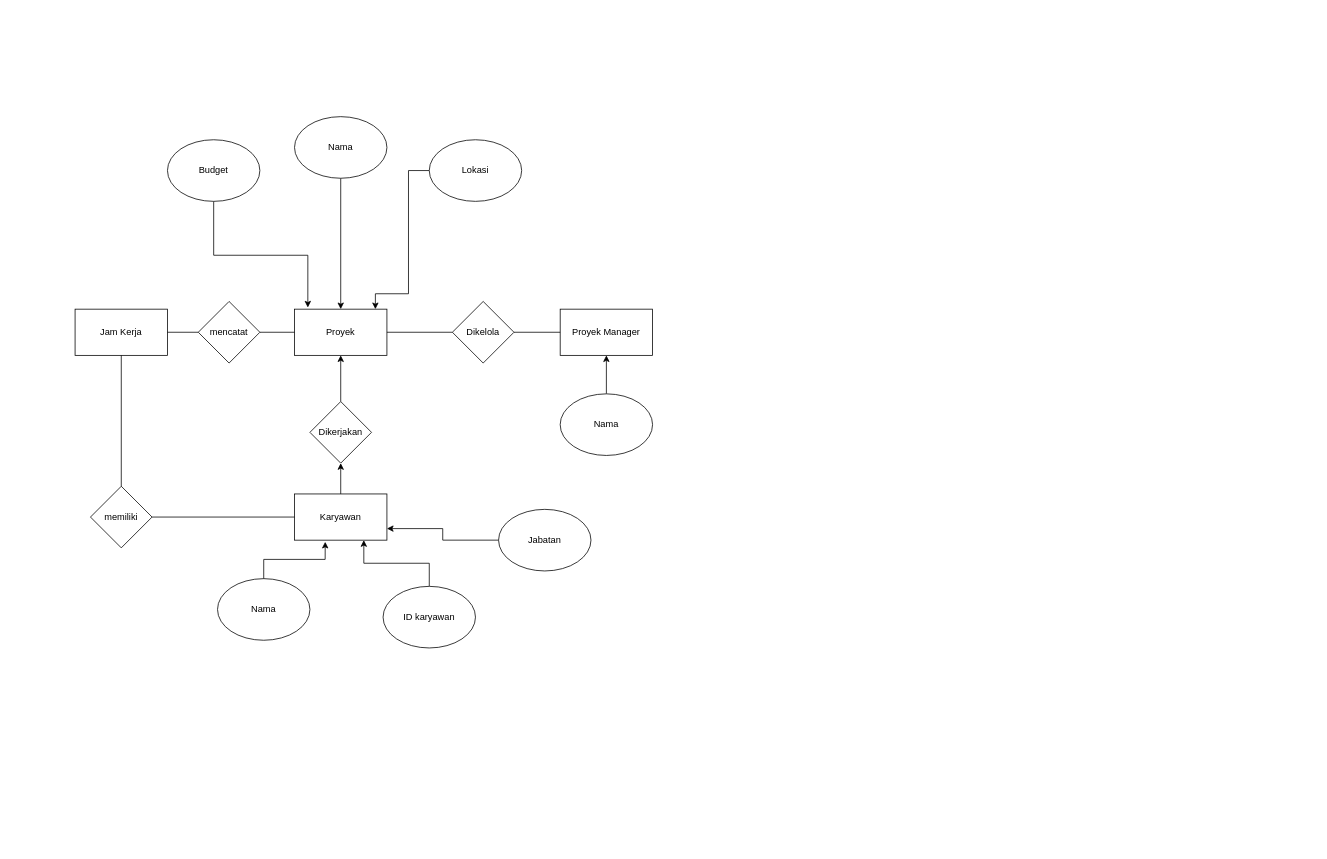
The draw.io diagram BasisData/Project Manager dan hotel.drawio in Pfftz/Draw.io, before the edit. Source tidied: cells renumbered, new cells numbered last; positions are measured from the earlier drawing's top-left corner, leaving out a move shared by most shapes. Both pictures are drawn from the tidied source at 77%, with x=0, y=0 at pixel (75, 116). Pictures stored in the file or linked from it are replaced by grey dashed boxes.
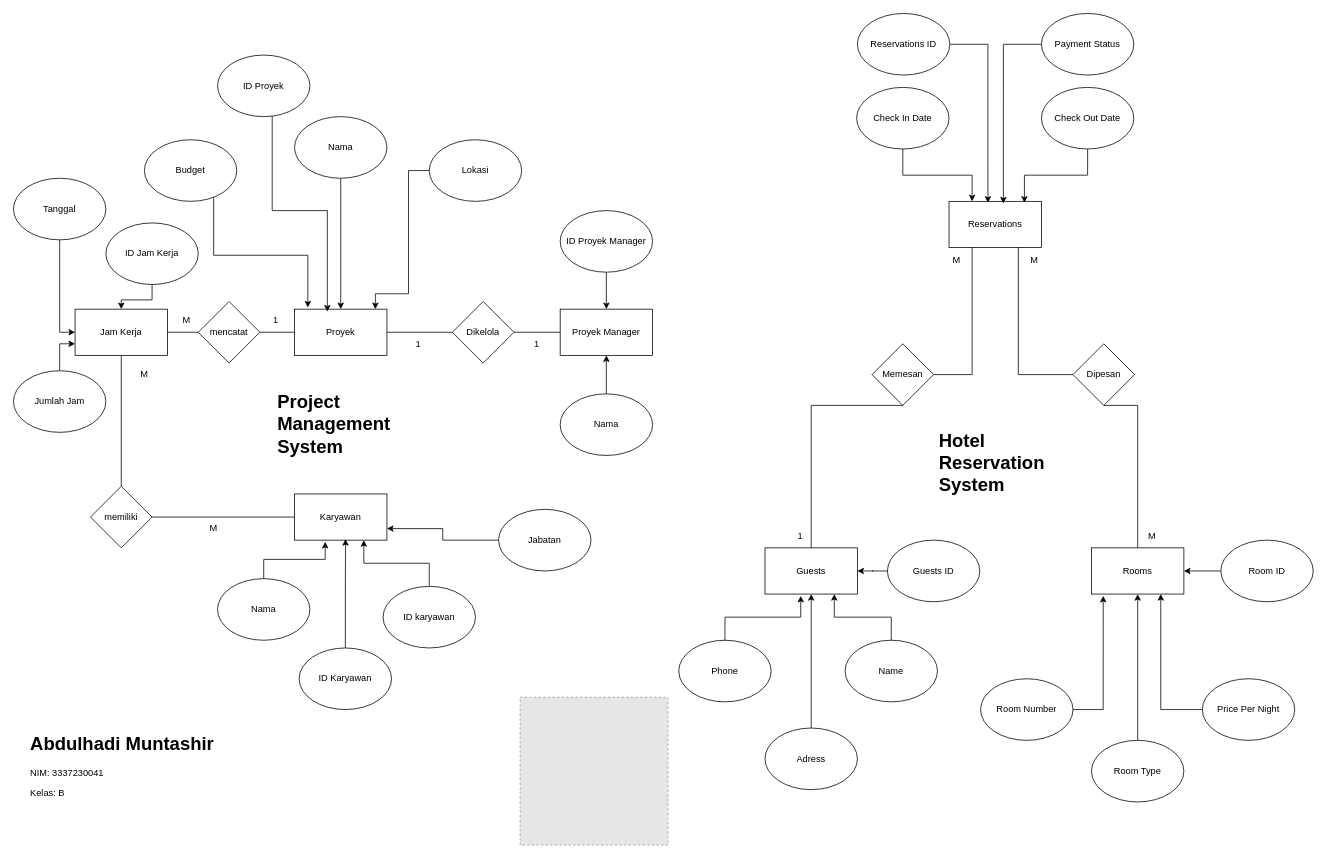
The same page after the edit.

Unchanged cells that the change refers to:
```xml
<mxCell id="2" value="Proyek" style="rounded=0;whiteSpace=wrap;html=1;" parent="1" vertex="1">
  <mxGeometry x="285" y="250" width="120" height="60" as="geometry" />
</mxCell>
<mxCell id="4" value="Proyek Manager" style="rounded=0;whiteSpace=wrap;html=1;" parent="1" vertex="1">
  <mxGeometry x="630" y="250" width="120" height="60" as="geometry" />
</mxCell>
<mxCell id="8" value="Karyawan" style="rounded=0;whiteSpace=wrap;html=1;" parent="1" vertex="1">
  <mxGeometry x="285" y="490" width="120" height="60" as="geometry" />
</mxCell>
<mxCell id="14" value="Jam Kerja" style="rounded=0;whiteSpace=wrap;html=1;" parent="1" vertex="1">
  <mxGeometry y="250" width="120" height="60" as="geometry" />
</mxCell>
```

Diff of the diagram source:
```diff
@@
-    <mxCell id="5" style="edgeStyle=orthogonalEdgeStyle;rounded=0;jettySize=auto;html=1;entryX=0.5;entryY=1;entryDx=0;entryDy=0;" parent="1" edge="1" source="6" target="2">
-      <mxGeometry relative="1" as="geometry" />
-    </mxCell>
-    <mxCell id="6" value="Dikerjakan" style="rhombus;whiteSpace=wrap;html=1;" parent="1" vertex="1">
-      <mxGeometry x="305" y="370" width="80" height="80" as="geometry" />
-    </mxCell>
-    <mxCell id="7" style="edgeStyle=orthogonalEdgeStyle;rounded=0;jettySize=auto;html=1;" parent="1" edge="1" source="8" target="6">
-      <mxGeometry relative="1" as="geometry" />
-    </mxCell>
@@
     <mxCell id="21" value="Budget" style="ellipse;whiteSpace=wrap;html=1;" parent="1" vertex="1">
-      <mxGeometry x="120" y="30" width="120" height="80" as="geometry" />
+      <mxGeometry x="90" y="30" width="120" height="80" as="geometry" />
     </mxCell>
@@
+    <mxCell id="32" value="1" style="text;html=1;align=center;verticalAlign=middle;whiteSpace=wrap;rounded=0;" parent="1" vertex="1">
+      <mxGeometry x="416" y="280" width="60" height="30" as="geometry" />
+    </mxCell>
+    <mxCell id="33" value="1" style="text;html=1;align=center;verticalAlign=middle;whiteSpace=wrap;rounded=0;" parent="1" vertex="1">
+      <mxGeometry x="570" y="280" width="60" height="30" as="geometry" />
+    </mxCell>
+    <mxCell id="34" value="M" style="text;html=1;align=center;verticalAlign=middle;whiteSpace=wrap;rounded=0;" parent="1" vertex="1">
+      <mxGeometry x="150" y="520" width="60" height="30" as="geometry" />
+    </mxCell>
+    <mxCell id="35" value="M" style="text;html=1;align=center;verticalAlign=middle;whiteSpace=wrap;rounded=0;" parent="1" vertex="1">
+      <mxGeometry x="60" y="320" width="60" height="30" as="geometry" />
+    </mxCell>
+    <mxCell id="36" value="M" style="text;html=1;align=center;verticalAlign=middle;whiteSpace=wrap;rounded=0;" parent="1" vertex="1">
+      <mxGeometry x="115" y="250" width="60" height="30" as="geometry" />
+    </mxCell>
+    <mxCell id="37" value="1" style="text;html=1;align=center;verticalAlign=middle;whiteSpace=wrap;rounded=0;" parent="1" vertex="1">
+      <mxGeometry x="231" y="250" width="60" height="30" as="geometry" />
+    </mxCell>
+    <mxCell id="38" value="ID Proyek" style="ellipse;whiteSpace=wrap;html=1;" parent="1" vertex="1">
+      <mxGeometry x="185" y="-80" width="120" height="80" as="geometry" />
+    </mxCell>
+    <mxCell id="39" style="edgeStyle=orthogonalEdgeStyle;rounded=0;jettySize=auto;html=1;entryX=0.355;entryY=0.053;entryDx=0;entryDy=0;entryPerimeter=0;" parent="1" edge="1" source="38" target="2">
+      <mxGeometry relative="1" as="geometry">
+        <Array as="points">
+          <mxPoint x="256" y="122" />
+          <mxPoint x="328" y="122" />
+        </Array>
+      </mxGeometry>
+    </mxCell>
+    <mxCell id="40" style="edgeStyle=orthogonalEdgeStyle;rounded=0;jettySize=auto;html=1;" parent="1" edge="1" source="41" target="4">
+      <mxGeometry relative="1" as="geometry" />
+    </mxCell>
+    <mxCell id="41" value="ID Proyek Manager" style="ellipse;whiteSpace=wrap;html=1;" parent="1" vertex="1">
+      <mxGeometry x="630" y="122" width="120" height="80" as="geometry" />
+    </mxCell>
+    <mxCell id="42" style="edgeStyle=orthogonalEdgeStyle;rounded=0;jettySize=auto;html=1;entryX=0.5;entryY=0;entryDx=0;entryDy=0;" parent="1" edge="1" source="43" target="14">
+      <mxGeometry relative="1" as="geometry" />
+    </mxCell>
+    <mxCell id="43" value="ID Jam Kerja" style="ellipse;whiteSpace=wrap;html=1;" parent="1" vertex="1">
+      <mxGeometry x="40" y="138" width="120" height="80" as="geometry" />
+    </mxCell>
+    <mxCell id="44" value="ID Karyawan" style="ellipse;whiteSpace=wrap;html=1;" parent="1" vertex="1">
+      <mxGeometry x="291" y="690" width="120" height="80" as="geometry" />
+    </mxCell>
+    <mxCell id="45" style="edgeStyle=orthogonalEdgeStyle;rounded=0;jettySize=auto;html=1;entryX=0.552;entryY=0.977;entryDx=0;entryDy=0;entryPerimeter=0;" parent="1" edge="1" source="44" target="8">
+      <mxGeometry relative="1" as="geometry" />
+    </mxCell>
+    <mxCell id="46" style="edgeStyle=orthogonalEdgeStyle;rounded=0;jettySize=auto;html=1;entryX=0;entryY=0.5;entryDx=0;entryDy=0;" parent="1" edge="1" source="47" target="14">
+      <mxGeometry relative="1" as="geometry" />
+    </mxCell>
+    <mxCell id="47" value="Tanggal" style="ellipse;whiteSpace=wrap;html=1;" parent="1" vertex="1">
+      <mxGeometry x="-80" y="80" width="120" height="80" as="geometry" />
+    </mxCell>
+    <mxCell id="48" value="Reservations" style="rounded=0;whiteSpace=wrap;html=1;" parent="1" vertex="1">
+      <mxGeometry x="1135" y="110" width="120" height="60" as="geometry" />
+    </mxCell>
+    <mxCell id="49" value="Rooms" style="rounded=0;whiteSpace=wrap;html=1;" parent="1" vertex="1">
+      <mxGeometry x="1320" y="560" width="120" height="60" as="geometry" />
+    </mxCell>
+    <mxCell id="50" value="Guests" style="rounded=0;whiteSpace=wrap;html=1;" parent="1" vertex="1">
+      <mxGeometry x="896" y="560" width="120" height="60" as="geometry" />
+    </mxCell>
+    <mxCell id="51" style="edgeStyle=orthogonalEdgeStyle;rounded=0;jettySize=auto;html=1;entryX=0.5;entryY=1;entryDx=0;entryDy=0;" parent="1" edge="1" source="52" target="49">
+      <mxGeometry relative="1" as="geometry" />
+    </mxCell>
+    <mxCell id="52" value="Room Type" style="ellipse;whiteSpace=wrap;html=1;" parent="1" vertex="1">
+      <mxGeometry x="1320" y="810" width="120" height="80" as="geometry" />
+    </mxCell>
+    <mxCell id="53" style="edgeStyle=orthogonalEdgeStyle;rounded=0;jettySize=auto;html=1;entryX=0.127;entryY=1.039;entryDx=0;entryDy=0;entryPerimeter=0;" parent="1" edge="1" source="54" target="49">
+      <mxGeometry relative="1" as="geometry" />
+    </mxCell>
+    <mxCell id="54" value="Room Number" style="ellipse;whiteSpace=wrap;html=1;" parent="1" vertex="1">
+      <mxGeometry x="1176" y="730" width="120" height="80" as="geometry" />
+    </mxCell>
+    <mxCell id="55" style="edgeStyle=orthogonalEdgeStyle;rounded=0;jettySize=auto;html=1;entryX=0.75;entryY=1;entryDx=0;entryDy=0;" parent="1" edge="1" source="56" target="49">
+      <mxGeometry relative="1" as="geometry" />
+    </mxCell>
+    <mxCell id="56" value="Price Per Night" style="ellipse;whiteSpace=wrap;html=1;" parent="1" vertex="1">
+      <mxGeometry x="1464" y="730" width="120" height="80" as="geometry" />
+    </mxCell>
+    <mxCell id="57" value="Phone" style="ellipse;whiteSpace=wrap;html=1;" parent="1" vertex="1">
+      <mxGeometry x="784" y="680" width="120" height="80" as="geometry" />
+    </mxCell>
+    <mxCell id="58" style="edgeStyle=orthogonalEdgeStyle;rounded=0;jettySize=auto;html=1;entryX=0.5;entryY=1;entryDx=0;entryDy=0;" parent="1" edge="1" source="59" target="50">
+      <mxGeometry relative="1" as="geometry" />
+    </mxCell>
+    <mxCell id="59" value="Adress" style="ellipse;whiteSpace=wrap;html=1;" parent="1" vertex="1">
+      <mxGeometry x="896" y="794" width="120" height="80" as="geometry" />
+    </mxCell>
+    <mxCell id="60" style="edgeStyle=orthogonalEdgeStyle;rounded=0;jettySize=auto;html=1;entryX=0.75;entryY=1;entryDx=0;entryDy=0;" parent="1" edge="1" source="61" target="50">
+      <mxGeometry relative="1" as="geometry" />
+    </mxCell>
+    <mxCell id="61" value="Name" style="ellipse;whiteSpace=wrap;html=1;" parent="1" vertex="1">
+      <mxGeometry x="1000" y="680" width="120" height="80" as="geometry" />
+    </mxCell>
+    <mxCell id="62" style="edgeStyle=orthogonalEdgeStyle;rounded=0;jettySize=auto;html=1;" parent="1" edge="1" source="63" target="50">
+      <mxGeometry relative="1" as="geometry" />
+    </mxCell>
+    <mxCell id="63" value="Guests ID" style="ellipse;whiteSpace=wrap;html=1;" parent="1" vertex="1">
+      <mxGeometry x="1055" y="550" width="120" height="80" as="geometry" />
+    </mxCell>
+    <mxCell id="64" style="edgeStyle=orthogonalEdgeStyle;rounded=0;jettySize=auto;html=1;entryX=1;entryY=0.5;entryDx=0;entryDy=0;" parent="1" edge="1" source="65" target="49">
+      <mxGeometry relative="1" as="geometry" />
+    </mxCell>
+    <mxCell id="65" value="Room ID" style="ellipse;whiteSpace=wrap;html=1;" parent="1" vertex="1">
+      <mxGeometry x="1488" y="550" width="120" height="80" as="geometry" />
+    </mxCell>
+    <mxCell id="66" style="edgeStyle=orthogonalEdgeStyle;rounded=0;jettySize=auto;html=1;entryX=0.25;entryY=0;entryDx=0;entryDy=0;" parent="1" edge="1" source="67" target="48">
+      <mxGeometry relative="1" as="geometry" />
+    </mxCell>
+    <mxCell id="67" value="Check In Date" style="ellipse;whiteSpace=wrap;html=1;" parent="1" vertex="1">
+      <mxGeometry x="1015" y="-38" width="120" height="80" as="geometry" />
+    </mxCell>
+    <mxCell id="68" style="edgeStyle=orthogonalEdgeStyle;rounded=0;jettySize=auto;html=1;entryX=0.421;entryY=0.03;entryDx=0;entryDy=0;entryPerimeter=0;" parent="1" edge="1" source="69" target="48">
+      <mxGeometry relative="1" as="geometry">
+        <Array as="points">
+          <mxPoint x="1186" y="-94" />
+        </Array>
+      </mxGeometry>
+    </mxCell>
+    <mxCell id="69" value="Reservations ID" style="ellipse;whiteSpace=wrap;html=1;" parent="1" vertex="1">
+      <mxGeometry x="1016" y="-134" width="120" height="80" as="geometry" />
+    </mxCell>
+    <mxCell id="70" value="Payment Status" style="ellipse;whiteSpace=wrap;html=1;" parent="1" vertex="1">
+      <mxGeometry x="1255" y="-134" width="120" height="80" as="geometry" />
+    </mxCell>
+    <mxCell id="71" value="Check Out Date" style="ellipse;whiteSpace=wrap;html=1;" parent="1" vertex="1">
+      <mxGeometry x="1255" y="-38" width="120" height="80" as="geometry" />
+    </mxCell>
+    <mxCell id="72" style="edgeStyle=orthogonalEdgeStyle;rounded=0;jettySize=auto;html=1;entryX=0.588;entryY=0.047;entryDx=0;entryDy=0;entryPerimeter=0;" parent="1" edge="1" source="70" target="48">
+      <mxGeometry relative="1" as="geometry">
+        <Array as="points">
+          <mxPoint x="1206" y="-94" />
+        </Array>
+      </mxGeometry>
+    </mxCell>
+    <mxCell id="73" style="edgeStyle=orthogonalEdgeStyle;rounded=0;jettySize=auto;html=1;entryX=0.816;entryY=0.03;entryDx=0;entryDy=0;entryPerimeter=0;" parent="1" edge="1" source="71" target="48">
+      <mxGeometry relative="1" as="geometry" />
+    </mxCell>
+    <mxCell id="74" style="edgeStyle=orthogonalEdgeStyle;rounded=0;jettySize=auto;html=1;entryX=0.387;entryY=1.039;entryDx=0;entryDy=0;entryPerimeter=0;" parent="1" edge="1" source="57" target="50">
+      <mxGeometry relative="1" as="geometry" />
+    </mxCell>
+    <mxCell id="75" value="Memesan" style="rhombus;whiteSpace=wrap;html=1;" parent="1" vertex="1">
+      <mxGeometry x="1035" y="295" width="80" height="80" as="geometry" />
+    </mxCell>
+    <mxCell id="76" value="Dipesan" style="rhombus;whiteSpace=wrap;html=1;" parent="1" vertex="1">
+      <mxGeometry x="1296" y="295" width="80" height="80" as="geometry" />
+    </mxCell>
+    <mxCell id="77" style="endArrow=none;html=1;rounded=0;entryX=0.5;entryY=1;entryDx=0;entryDy=0;exitX=0.5;exitY=0;exitDx=0;exitDy=0;" parent="1" edge="1" source="49" target="76">
+      <mxGeometry relative="1" as="geometry">
+        <Array as="points">
+          <mxPoint x="1380" y="375" />
+        </Array>
+      </mxGeometry>
+    </mxCell>
+    <mxCell id="78" style="endArrow=none;html=1;rounded=0;entryX=0.5;entryY=1;entryDx=0;entryDy=0;exitX=0.5;exitY=0;exitDx=0;exitDy=0;" parent="1" edge="1" source="50" target="75">
+      <mxGeometry relative="1" as="geometry">
+        <Array as="points">
+          <mxPoint x="956" y="375" />
+        </Array>
+      </mxGeometry>
+    </mxCell>
+    <mxCell id="79" style="endArrow=none;html=1;rounded=0;exitX=1;exitY=0.5;exitDx=0;exitDy=0;entryX=0.25;entryY=1;entryDx=0;entryDy=0;" parent="1" edge="1" source="75" target="48">
+      <mxGeometry relative="1" as="geometry">
+        <Array as="points">
+          <mxPoint x="1165" y="335" />
+        </Array>
+      </mxGeometry>
+    </mxCell>
+    <mxCell id="80" style="endArrow=none;html=1;rounded=0;exitX=0;exitY=0.5;exitDx=0;exitDy=0;entryX=0.75;entryY=1;entryDx=0;entryDy=0;" parent="1" edge="1" source="76" target="48">
+      <mxGeometry relative="1" as="geometry">
+        <Array as="points">
+          <mxPoint x="1225" y="335" />
+        </Array>
+      </mxGeometry>
+    </mxCell>
+    <mxCell id="81" value="M" style="text;html=1;align=center;verticalAlign=middle;whiteSpace=wrap;rounded=0;" parent="1" vertex="1">
+      <mxGeometry x="1115" y="172" width="60" height="30" as="geometry" />
+    </mxCell>
+    <mxCell id="82" value="1" style="text;html=1;align=center;verticalAlign=middle;whiteSpace=wrap;rounded=0;" parent="1" vertex="1">
+      <mxGeometry x="912" y="530" width="60" height="30" as="geometry" />
+    </mxCell>
+    <mxCell id="83" value="M" style="text;html=1;align=center;verticalAlign=middle;whiteSpace=wrap;rounded=0;" parent="1" vertex="1">
+      <mxGeometry x="1216" y="172" width="60" height="30" as="geometry" />
+    </mxCell>
+    <mxCell id="84" value="M" style="text;html=1;align=center;verticalAlign=middle;whiteSpace=wrap;rounded=0;" parent="1" vertex="1">
+      <mxGeometry x="1369" y="530" width="60" height="30" as="geometry" />
+    </mxCell>
+    <mxCell id="85" value="&lt;h1 style=&quot;margin-top: 0px;&quot;&gt;Project Management System&lt;/h1&gt;" style="text;html=1;whiteSpace=wrap;overflow=hidden;rounded=0;" parent="1" vertex="1">
+      <mxGeometry x="261" y="350" width="180" height="120" as="geometry" />
+    </mxCell>
+    <mxCell id="86" value="&lt;h1 style=&quot;margin-top: 0px;&quot;&gt;Hotel Reservation System&lt;/h1&gt;" style="text;html=1;whiteSpace=wrap;overflow=hidden;rounded=0;" parent="1" vertex="1">
+      <mxGeometry x="1120" y="400" width="180" height="120" as="geometry" />
+    </mxCell>
+    <mxCell id="87" value="&lt;h1 style=&quot;margin-top: 0px;&quot;&gt;Abdulhadi Muntashir&lt;/h1&gt;&lt;p&gt;NIM: 3337230041&lt;/p&gt;&lt;p&gt;Kelas: B&lt;/p&gt;" style="text;html=1;whiteSpace=wrap;overflow=hidden;rounded=0;" parent="1" vertex="1">
+      <mxGeometry x="-60" y="794" width="252" height="120" as="geometry" />
+    </mxCell>
+    <mxCell id="88" style="fillColor=#E6E6E6;strokeColor=#999999;dashed=1;verticalLabelPosition=bottom;labelBackgroundColor=default;verticalAlign=top;" parent="1" vertex="1">
+      <mxGeometry x="578" y="754" width="192" height="192" as="geometry" />
+    </mxCell>
+    <mxCell id="89" style="edgeStyle=orthogonalEdgeStyle;rounded=0;jettySize=auto;html=1;entryX=0;entryY=0.75;entryDx=0;entryDy=0;" parent="1" edge="1" source="90" target="14">
+      <mxGeometry relative="1" as="geometry" />
+    </mxCell>
+    <mxCell id="90" value="Jumlah Jam" style="ellipse;whiteSpace=wrap;html=1;" parent="1" vertex="1">
+      <mxGeometry x="-80" y="330" width="120" height="80" as="geometry" />
+    </mxCell>
```
